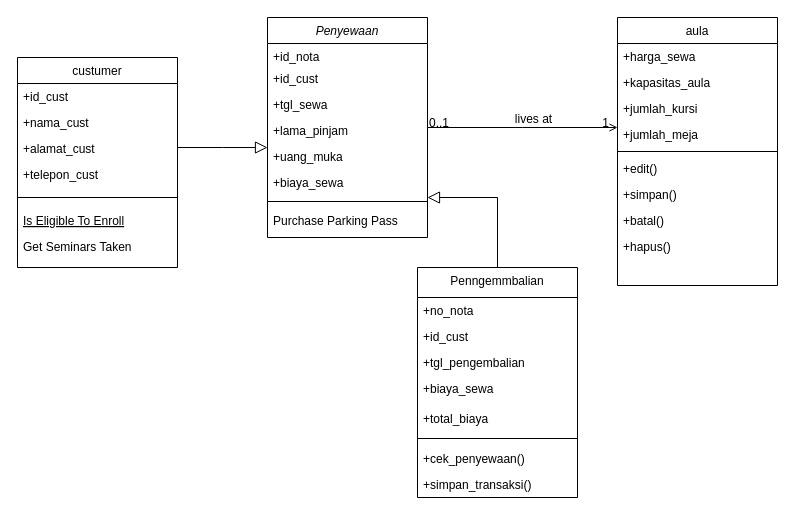
This is Untitled Diagram.drawio from jiankamil257/percabangan.dart, a draw.io file, before an edit. Source tidied: cells renumbered, new cells numbered last; positions are measured from the earlier drawing's top-left corner, leaving out a move shared by most shapes. Both pictures are drawn from the tidied source at 100%, with x=0, y=0 at pixel (17, 17).
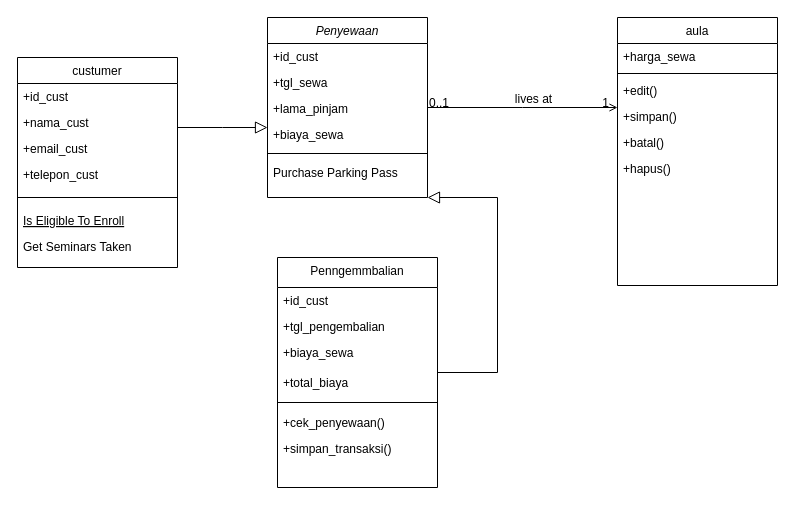
The same diagram, later.

The change refers to these unchanged cells:
```xml
<mxCell id="11" value="custumer" style="swimlane;fontStyle=0;align=center;verticalAlign=top;horizontal=1;startSize=26;rounded=0;shadow=0;strokeWidth=1;" parent="1" vertex="1">
  <mxGeometry y="40" width="160" height="210" as="geometry" />
</mxCell>
<mxCell id="30" value="aula" style="swimlane;fontStyle=0;align=center;verticalAlign=top;horizontal=1;startSize=26;rounded=0;shadow=0;strokeWidth=1;" parent="1" vertex="1">
  <mxGeometry x="600" width="160" height="268" as="geometry" />
</mxCell>
```

Diff of the diagram source:
```diff
@@
     <mxCell id="2" value="Penyewaan" style="swimlane;fontStyle=2;align=center;verticalAlign=top;horizontal=1;startSize=26;rounded=0;shadow=0;strokeWidth=1;" parent="1" vertex="1">
-      <mxGeometry x="250" width="160" height="220" as="geometry" />
+      <mxGeometry x="250" width="160" height="180" as="geometry" />
     </mxCell>
-    <mxCell id="3" value="+id_nota" style="text;align=left;verticalAlign=top;spacingLeft=4;spacingRight=4;overflow=hidden;" parent="2" vertex="1">
-      <mxGeometry y="26" width="160" height="22" as="geometry" />
-    </mxCell>
     <mxCell id="4" value="+id_cust" style="text;align=left;verticalAlign=top;spacingLeft=4;spacingRight=4;overflow=hidden;rounded=0;shadow=0;html=0;" parent="2" vertex="1">
-      <mxGeometry y="48" width="160" height="26" as="geometry" />
+      <mxGeometry y="26" width="160" height="26" as="geometry" />
     </mxCell>
     <mxCell id="5" value="+tgl_sewa &#10;" style="text;align=left;verticalAlign=top;spacingLeft=4;spacingRight=4;overflow=hidden;rounded=0;shadow=0;html=0;" parent="2" vertex="1">
-      <mxGeometry y="74" width="160" height="26" as="geometry" />
+      <mxGeometry y="52" width="160" height="26" as="geometry" />
     </mxCell>
     <mxCell id="6" value="+lama_pinjam" style="text;align=left;verticalAlign=top;spacingLeft=4;spacingRight=4;overflow=hidden;rounded=0;shadow=0;html=0;" parent="2" vertex="1">
-      <mxGeometry y="100" width="160" height="26" as="geometry" />
+      <mxGeometry y="78" width="160" height="26" as="geometry" />
     </mxCell>
-    <mxCell id="7" value="+uang_muka" style="text;align=left;verticalAlign=top;spacingLeft=4;spacingRight=4;overflow=hidden;rounded=0;shadow=0;html=0;" parent="2" vertex="1">
-      <mxGeometry y="126" width="160" height="26" as="geometry" />
-    </mxCell>
     <mxCell id="8" value="+biaya_sewa" style="text;align=left;verticalAlign=top;spacingLeft=4;spacingRight=4;overflow=hidden;rounded=0;shadow=0;html=0;" parent="2" vertex="1">
-      <mxGeometry y="152" width="160" height="26" as="geometry" />
+      <mxGeometry y="104" width="160" height="26" as="geometry" />
     </mxCell>
     <mxCell id="9" style="line;html=1;strokeWidth=1;align=left;verticalAlign=middle;spacingTop=-1;spacingLeft=3;spacingRight=3;labelPosition=right;" parent="2" vertex="1">
-      <mxGeometry y="178" width="160" height="12" as="geometry" />
+      <mxGeometry y="130" width="160" height="12" as="geometry" />
     </mxCell>
     <mxCell id="10" value="Purchase Parking Pass" style="text;align=left;verticalAlign=top;spacingLeft=4;spacingRight=4;overflow=hidden;" parent="2" vertex="1">
-      <mxGeometry y="190" width="160" height="20" as="geometry" />
+      <mxGeometry y="142" width="160" height="20" as="geometry" />
     </mxCell>
@@
-    <mxCell id="14" value="+alamat_cust" style="text;align=left;verticalAlign=top;spacingLeft=4;spacingRight=4;overflow=hidden;rounded=0;shadow=0;html=0;" parent="11" vertex="1">
+    <mxCell id="14" value="+email_cust" style="text;align=left;verticalAlign=top;spacingLeft=4;spacingRight=4;overflow=hidden;rounded=0;shadow=0;html=0;" parent="11" vertex="1">
       <mxGeometry y="78" width="160" height="26" as="geometry" />
     </mxCell>
@@
     <mxCell id="20" value="Penngemmbalian" style="swimlane;fontStyle=0;align=center;verticalAlign=top;horizontal=1;startSize=30;rounded=0;shadow=0;strokeWidth=1;" parent="1" vertex="1">
-      <mxGeometry x="400" y="250" width="160" height="230" as="geometry" />
+      <mxGeometry x="260" y="240" width="160" height="230" as="geometry" />
     </mxCell>
-    <mxCell id="21" value="+no_nota" style="text;align=left;verticalAlign=top;spacingLeft=4;spacingRight=4;overflow=hidden;" parent="20" vertex="1">
-      <mxGeometry y="30" width="160" height="26" as="geometry" />
-    </mxCell>
     <mxCell id="22" value="+id_cust" style="text;align=left;verticalAlign=top;spacingLeft=4;spacingRight=4;overflow=hidden;" parent="20" vertex="1">
-      <mxGeometry y="56" width="160" height="26" as="geometry" />
+      <mxGeometry y="30" width="160" height="26" as="geometry" />
     </mxCell>
     <mxCell id="23" value="+tgl_pengembalian" style="text;align=left;verticalAlign=top;spacingLeft=4;spacingRight=4;overflow=hidden;" parent="20" vertex="1">
-      <mxGeometry y="82" width="160" height="26" as="geometry" />
+      <mxGeometry y="56" width="160" height="26" as="geometry" />
     </mxCell>
     <mxCell id="24" value="+biaya_sewa" style="text;align=left;verticalAlign=top;spacingLeft=4;spacingRight=4;overflow=hidden;" parent="20" vertex="1">
-      <mxGeometry y="108" width="160" height="30" as="geometry" />
+      <mxGeometry y="82" width="160" height="30" as="geometry" />
     </mxCell>
     <mxCell id="25" value="+total_biaya" style="text;align=left;verticalAlign=top;spacingLeft=4;spacingRight=4;overflow=hidden;" parent="20" vertex="1">
-      <mxGeometry y="138" width="160" height="26" as="geometry" />
+      <mxGeometry y="112" width="160" height="26" as="geometry" />
     </mxCell>
     <mxCell id="26" style="line;html=1;strokeWidth=1;align=left;verticalAlign=middle;spacingTop=-1;spacingLeft=3;spacingRight=3;labelPosition=right;" parent="20" vertex="1">
-      <mxGeometry y="164" width="160" height="14" as="geometry" />
+      <mxGeometry y="138" width="160" height="14" as="geometry" />
     </mxCell>
     <mxCell id="27" value="+cek_penyewaan()" style="text;align=left;verticalAlign=top;spacingLeft=4;spacingRight=4;overflow=hidden;" parent="20" vertex="1">
-      <mxGeometry y="178" width="160" height="26" as="geometry" />
+      <mxGeometry y="152" width="160" height="26" as="geometry" />
     </mxCell>
     <mxCell id="28" value="+simpan_transaksi()" style="text;align=left;verticalAlign=top;spacingLeft=4;spacingRight=4;overflow=hidden;" parent="20" vertex="1">
-      <mxGeometry y="204" width="160" height="26" as="geometry" />
+      <mxGeometry y="178" width="160" height="26" as="geometry" />
     </mxCell>
@@
-    <mxCell id="32" value="+kapasitas_aula" style="text;align=left;verticalAlign=top;spacingLeft=4;spacingRight=4;overflow=hidden;rounded=0;shadow=0;html=0;" parent="30" vertex="1">
-      <mxGeometry y="52" width="160" height="26" as="geometry" />
-    </mxCell>
-    <mxCell id="33" value="+jumlah_kursi" style="text;align=left;verticalAlign=top;spacingLeft=4;spacingRight=4;overflow=hidden;rounded=0;shadow=0;html=0;" parent="30" vertex="1">
-      <mxGeometry y="78" width="160" height="26" as="geometry" />
-    </mxCell>
-    <mxCell id="34" value="+jumlah_meja" style="text;align=left;verticalAlign=top;spacingLeft=4;spacingRight=4;overflow=hidden;rounded=0;shadow=0;html=0;" parent="30" vertex="1">
-      <mxGeometry y="104" width="160" height="26" as="geometry" />
-    </mxCell>
     <mxCell id="35" style="line;html=1;strokeWidth=1;align=left;verticalAlign=middle;spacingTop=-1;spacingLeft=3;spacingRight=3;labelPosition=right;" parent="30" vertex="1">
-      <mxGeometry y="130" width="160" height="8" as="geometry" />
+      <mxGeometry y="52" width="160" height="8" as="geometry" />
     </mxCell>
     <mxCell id="36" value="+edit()" style="text;align=left;verticalAlign=top;spacingLeft=4;spacingRight=4;overflow=hidden;" parent="30" vertex="1">
-      <mxGeometry y="138" width="160" height="26" as="geometry" />
+      <mxGeometry y="60" width="160" height="26" as="geometry" />
     </mxCell>
     <mxCell id="37" value="+simpan()" style="text;align=left;verticalAlign=top;spacingLeft=4;spacingRight=4;overflow=hidden;" parent="30" vertex="1">
-      <mxGeometry y="164" width="160" height="26" as="geometry" />
+      <mxGeometry y="86" width="160" height="26" as="geometry" />
     </mxCell>
     <mxCell id="38" value="+batal()" style="text;align=left;verticalAlign=top;spacingLeft=4;spacingRight=4;overflow=hidden;" parent="30" vertex="1">
-      <mxGeometry y="190" width="160" height="26" as="geometry" />
+      <mxGeometry y="112" width="160" height="26" as="geometry" />
     </mxCell>
     <mxCell id="39" value="+hapus()" style="text;align=left;verticalAlign=top;spacingLeft=4;spacingRight=4;overflow=hidden;" parent="30" vertex="1">
-      <mxGeometry y="216" width="160" height="26" as="geometry" />
+      <mxGeometry y="138" width="160" height="26" as="geometry" />
     </mxCell>
```
